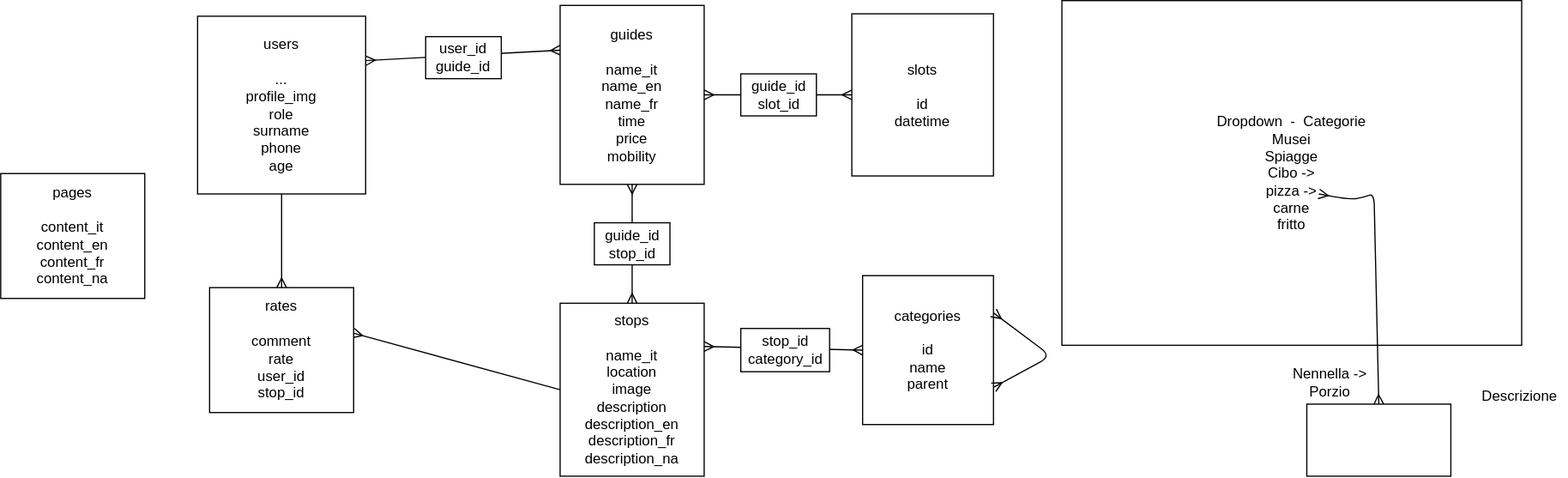
Before: backend/I&M.drawio.svg, a diagram exported from draw.io (InnocenzoMerola/im_capstone_project). Source tidied: cells renumbered, new cells last; positions are measured from the earlier drawing's top-left corner, leaving out a move shared by most shapes.
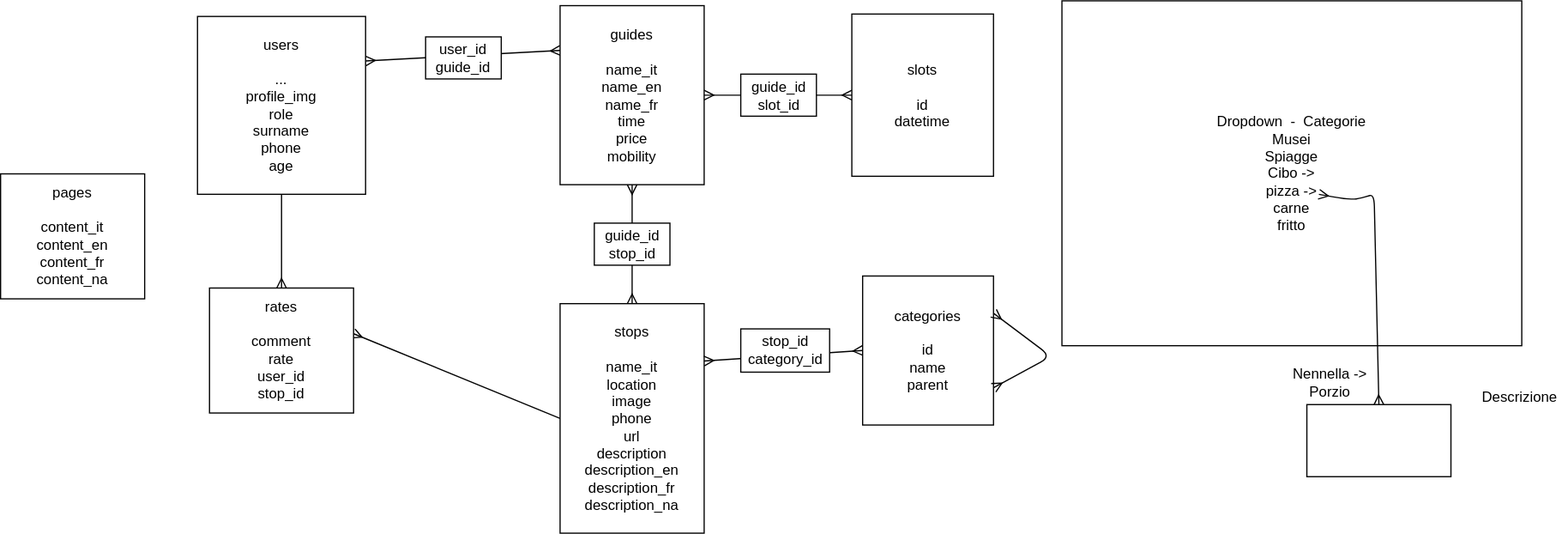
The same diagram one commit later.

Change to the diagram source:
```diff
@@ -17,8 +17,8 @@
     <mxCell id="6" style="edgeStyle=none;html=1;exitX=0;exitY=0.5;exitDx=0;exitDy=0;entryX=0.997;entryY=0.364;entryDx=0;entryDy=0;startArrow=none;startFill=0;endArrow=ERmany;endFill=0;entryPerimeter=0;" parent="1" edge="1" source="7" target="9">
       <mxGeometry relative="1" as="geometry" />
     </mxCell>
-    <mxCell id="7" value="stops&lt;br&gt;&lt;br&gt;name_it&lt;br&gt;location&lt;br&gt;image&lt;br&gt;description&lt;br&gt;description_en&lt;br&gt;description_fr&lt;br&gt;description_na" style="rounded=0;whiteSpace=wrap;html=1;" parent="1" vertex="1">
-      <mxGeometry x="466" y="252" width="120" height="144" as="geometry" />
+    <mxCell id="7" value="stops&lt;br&gt;&lt;br&gt;name_it&lt;br&gt;location&lt;br&gt;image&lt;br&gt;phone&lt;br&gt;url&lt;br&gt;description&lt;br&gt;description_en&lt;br&gt;description_fr&lt;br&gt;description_na" style="rounded=0;whiteSpace=wrap;html=1;" parent="1" vertex="1">
+      <mxGeometry x="466" y="252" width="120" height="191" as="geometry" />
     </mxCell>
     <mxCell id="8" value="pages&lt;br&gt;&lt;br&gt;content_it&lt;br&gt;content_en&lt;br&gt;content_fr&lt;br&gt;content_na" style="rounded=0;whiteSpace=wrap;html=1;" parent="1" vertex="1">
       <mxGeometry y="144" width="120" height="104" as="geometry" />
```
